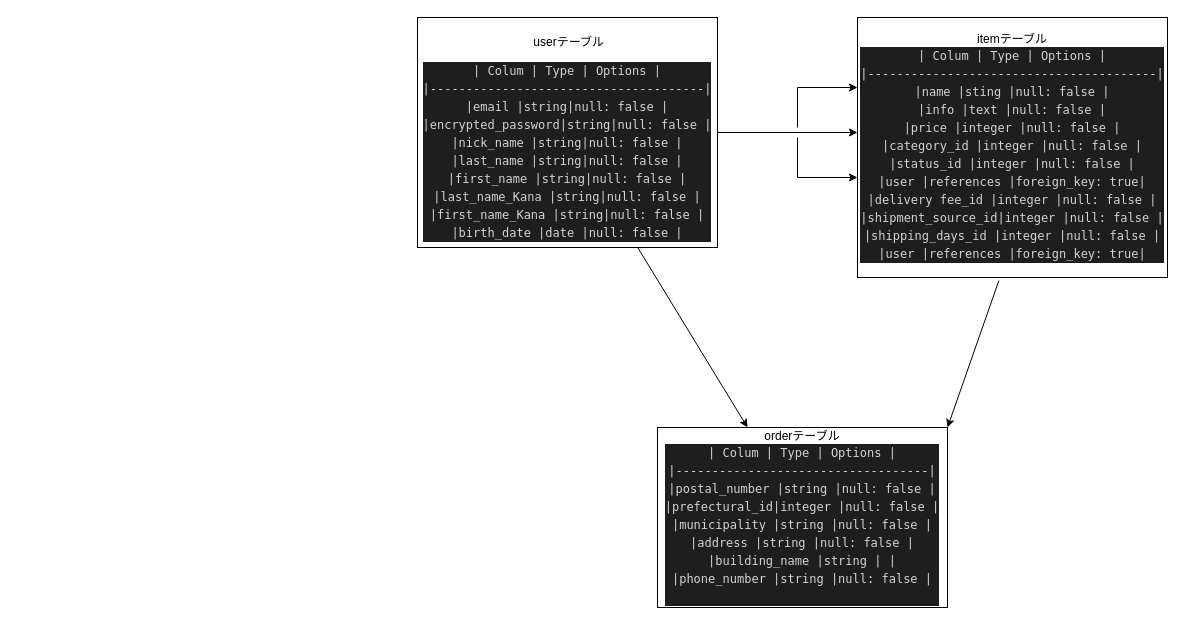
The draw.io diagram furima.dio in kenshiro0107/furima-31158, before the edit. Source tidied: cells renumbered, new cells numbered last; positions are measured from the earlier drawing's top-left corner, leaving out a move shared by most shapes. Both pictures are drawn from the tidied source at 100%, with x=0, y=0 at pixel (417, 17).
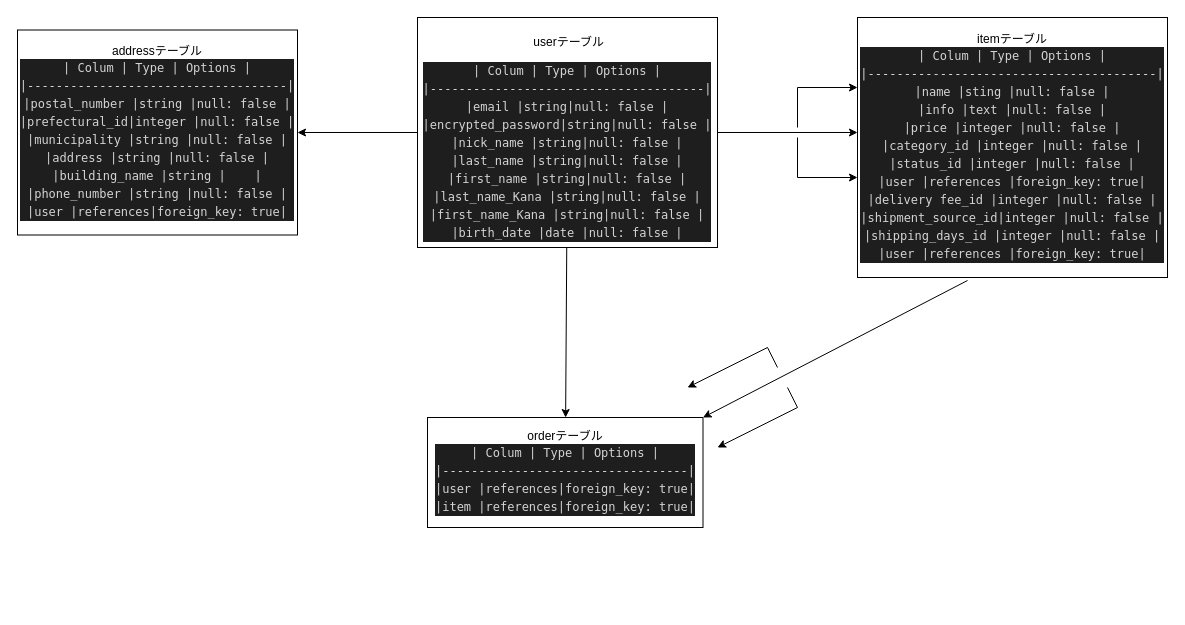
The same page after the edit.

Commit message (it also covers changes not shown here):
データベース設計5

Unchanged cells that the change refers to:
```xml
<mxCell id="4" value="&lt;p&gt;&amp;nbsp;userテーブル&lt;/p&gt;&lt;div style=&quot;color: rgb(212 , 212 , 212) ; background-color: rgb(30 , 30 , 30) ; font-family: &amp;#34;menlo&amp;#34; , &amp;#34;monaco&amp;#34; , &amp;#34;courier new&amp;#34; , monospace ; line-height: 18px&quot;&gt;&lt;div&gt;| Colum            | Type | Options    |&lt;/div&gt;&lt;div&gt;|--------------------------------------|&lt;/div&gt;&lt;div&gt;|email             |string|null: false |&lt;/div&gt;&lt;div&gt;|encrypted_password|string|null: false |&lt;/div&gt;&lt;div&gt;|nick_name         |string|null: false |&lt;/div&gt;&lt;div&gt;|last_name         |string|null: false |&lt;/div&gt;&lt;div&gt;|first_name        |string|null: false |&lt;/div&gt;&lt;div&gt;|last_name_Kana    |string|null: false |&lt;/div&gt;&lt;div&gt;|first_name_Kana   |string|null: false |&lt;/div&gt;&lt;div&gt;|birth_date        |date  |null: false |&lt;/div&gt;&lt;/div&gt;" style="whiteSpace=wrap;html=1;" parent="1" vertex="1">
  <mxGeometry width="300" height="230" as="geometry" />
</mxCell>
<mxCell id="5" value="itemテーブル&lt;br&gt;&lt;div style=&quot;color: rgb(212 , 212 , 212) ; background-color: rgb(30 , 30 , 30) ; font-family: &amp;#34;menlo&amp;#34; , &amp;#34;monaco&amp;#34; , &amp;#34;courier new&amp;#34; , monospace ; line-height: 18px&quot;&gt;&lt;div style=&quot;font-family: &amp;#34;menlo&amp;#34; , &amp;#34;monaco&amp;#34; , &amp;#34;courier new&amp;#34; , monospace ; line-height: 18px&quot;&gt;&lt;div style=&quot;font-family: &amp;#34;menlo&amp;#34; , &amp;#34;monaco&amp;#34; , &amp;#34;courier new&amp;#34; , monospace ; line-height: 18px&quot;&gt;&lt;div style=&quot;font-family: &amp;#34;menlo&amp;#34; , &amp;#34;monaco&amp;#34; , &amp;#34;courier new&amp;#34; , monospace ; line-height: 18px&quot;&gt;&lt;div style=&quot;font-family: &amp;#34;menlo&amp;#34; , &amp;#34;monaco&amp;#34; , &amp;#34;courier new&amp;#34; , monospace ; line-height: 18px&quot;&gt;&lt;div&gt;| Colum            | Type        | Options         |&lt;/div&gt;&lt;div&gt;|----------------------------------------|&lt;/div&gt;&lt;div&gt;|name              |sting        |null: false      |&lt;/div&gt;&lt;div&gt;|info              |text         |null: false      |&lt;/div&gt;&lt;div&gt;|price             |integer      |null: false      |&lt;/div&gt;&lt;div&gt;|category_id       |integer      |null: false      |&lt;/div&gt;&lt;div&gt;|status_id         |integer      |null: false      |&lt;/div&gt;&lt;div&gt;|user              |references   |foreign_key: true|&lt;/div&gt;&lt;div&gt;|delivery fee_id   |integer      |null: false      |&lt;/div&gt;&lt;div&gt;|shipment_source_id|integer      |null: false      |&lt;/div&gt;&lt;div&gt;|shipping_days_id  |integer      |null: false      |&lt;/div&gt;&lt;div&gt;|user              |references   |foreign_key: true|&lt;/div&gt;&lt;/div&gt;&lt;/div&gt;&lt;/div&gt;&lt;/div&gt;&lt;/div&gt;" style="whiteSpace=wrap;html=1;" parent="1" vertex="1">
  <mxGeometry x="440" width="310" height="260" as="geometry" />
</mxCell>
```

The edit, as a diff of the source:
```diff
@@
+    <mxCell id="10" style="edgeStyle=none;rounded=0;jettySize=auto;html=1;entryX=1;entryY=0.5;entryDx=0;entryDy=0;" parent="1" edge="1" source="4" target="13">
+      <mxGeometry relative="1" as="geometry" />
+    </mxCell>
@@
+    <mxCell id="11" style="edgeStyle=none;rounded=0;orthogonalLoop=1;jettySize=auto;html=1;" parent="1" edge="1">
+      <mxGeometry relative="1" as="geometry">
+        <mxPoint x="370" y="370" as="sourcePoint" />
+        <mxPoint x="300" y="430" as="targetPoint" />
+        <Array as="points">
+          <mxPoint x="380" y="390" />
+        </Array>
+      </mxGeometry>
+    </mxCell>
+    <mxCell id="12" style="edgeStyle=none;rounded=0;orthogonalLoop=1;jettySize=auto;html=1;" parent="1" edge="1">
+      <mxGeometry relative="1" as="geometry">
+        <mxPoint x="360" y="350" as="sourcePoint" />
+        <mxPoint x="270" y="370" as="targetPoint" />
+        <Array as="points">
+          <mxPoint x="350" y="330" />
+        </Array>
+      </mxGeometry>
+    </mxCell>
@@
-    <mxCell id="6" style="edgeStyle=none;rounded=0;jettySize=auto;html=1;exitX=0.456;exitY=1.012;exitDx=0;exitDy=0;exitPerimeter=0;entryX=1;entryY=0;entryDx=0;entryDy=0;" parent="1" edge="1" source="5" target="8">
-      <mxGeometry relative="1" as="geometry" />
+    <mxCell id="6" style="edgeStyle=none;rounded=0;jettySize=auto;html=1;entryX=1;entryY=0;entryDx=0;entryDy=0;" parent="1" edge="1" target="8">
+      <mxGeometry relative="1" as="geometry">
+        <mxPoint x="550" y="263" as="sourcePoint" />
+      </mxGeometry>
     </mxCell>
@@
-    <mxCell id="8" value="orderテーブル&lt;br&gt;&lt;div style=&quot;color: rgb(212 , 212 , 212) ; background-color: rgb(30 , 30 , 30) ; font-family: &amp;#34;menlo&amp;#34; , &amp;#34;monaco&amp;#34; , &amp;#34;courier new&amp;#34; , monospace ; line-height: 18px&quot;&gt;&lt;div style=&quot;font-family: &amp;#34;menlo&amp;#34; , &amp;#34;monaco&amp;#34; , &amp;#34;courier new&amp;#34; , monospace ; line-height: 18px&quot;&gt;&lt;div style=&quot;font-family: &amp;#34;menlo&amp;#34; , &amp;#34;monaco&amp;#34; , &amp;#34;courier new&amp;#34; , monospace ; line-height: 18px&quot;&gt;&lt;div&gt;| Colum        | Type     | Options         |&lt;/div&gt;&lt;div&gt;|-----------------------------------|&lt;/div&gt;&lt;div&gt;|postal_number |string    |null: false      |&lt;/div&gt;&lt;div&gt;|prefectural_id|integer   |null: false      |&lt;/div&gt;&lt;div&gt;|municipality  |string    |null: false      |&lt;/div&gt;&lt;div&gt;|address       |string    |null: false      |&lt;/div&gt;&lt;div&gt;|building_name |string    |                 |&lt;/div&gt;&lt;div&gt;|phone_number  |string    |null: false      |&lt;/div&gt;&lt;br&gt;&lt;/div&gt;&lt;/div&gt;&lt;/div&gt;" style="whiteSpace=wrap;html=1;" parent="1" vertex="1">
-      <mxGeometry x="240" y="410" width="290" height="180" as="geometry" />
+    <mxCell id="8" value="orderテーブル&lt;br&gt;&lt;div style=&quot;color: rgb(212 , 212 , 212) ; background-color: rgb(30 , 30 , 30) ; font-family: &amp;#34;menlo&amp;#34; , &amp;#34;monaco&amp;#34; , &amp;#34;courier new&amp;#34; , monospace ; line-height: 18px&quot;&gt;&lt;div&gt;| Colum        | Type     | Options         |&lt;/div&gt;&lt;div&gt;|----------------------------------|&lt;/div&gt;&lt;div&gt;|user          |references|foreign_key: true|&lt;br&gt;&lt;/div&gt;&lt;div&gt;|item          |references|foreign_key: true|&lt;/div&gt;&lt;/div&gt;" style="whiteSpace=wrap;html=1;" parent="1" vertex="1">
+      <mxGeometry x="10" y="400" width="275.5" height="110" as="geometry" />
     </mxCell>
@@
+    <mxCell id="13" value="addressテーブル&lt;br&gt;&lt;div style=&quot;color: rgb(212 , 212 , 212) ; background-color: rgb(30 , 30 , 30) ; font-family: &amp;#34;menlo&amp;#34; , &amp;#34;monaco&amp;#34; , &amp;#34;courier new&amp;#34; , monospace ; line-height: 18px&quot;&gt;&lt;div style=&quot;font-family: &amp;#34;menlo&amp;#34; , &amp;#34;monaco&amp;#34; , &amp;#34;courier new&amp;#34; , monospace ; line-height: 18px&quot;&gt;&lt;div style=&quot;font-family: &amp;#34;menlo&amp;#34; , &amp;#34;monaco&amp;#34; , &amp;#34;courier new&amp;#34; , monospace ; line-height: 18px&quot;&gt;&lt;div&gt;| Colum        | Type     | Options         |&lt;/div&gt;&lt;div&gt;|------------------------------------|&lt;/div&gt;&lt;div&gt;|postal_number |string    |null: false      |&lt;/div&gt;&lt;div&gt;|prefectural_id|integer   |null: false      |&lt;/div&gt;&lt;div&gt;|municipality  |string    |null: false      |&lt;/div&gt;&lt;div&gt;|address       |string    |null: false      |&lt;/div&gt;&lt;div&gt;|building_name |string    |&amp;nbsp; &amp;nbsp; |&lt;/div&gt;&lt;div&gt;|phone_number  |string    |null: false      |&lt;/div&gt;&lt;div&gt;|user          |references|foreign_key: true|&lt;/div&gt;&lt;/div&gt;&lt;/div&gt;&lt;/div&gt;" style="whiteSpace=wrap;html=1;" parent="1" vertex="1">
+      <mxGeometry x="-400" y="12.5" width="280" height="205" as="geometry" />
+    </mxCell>
```
